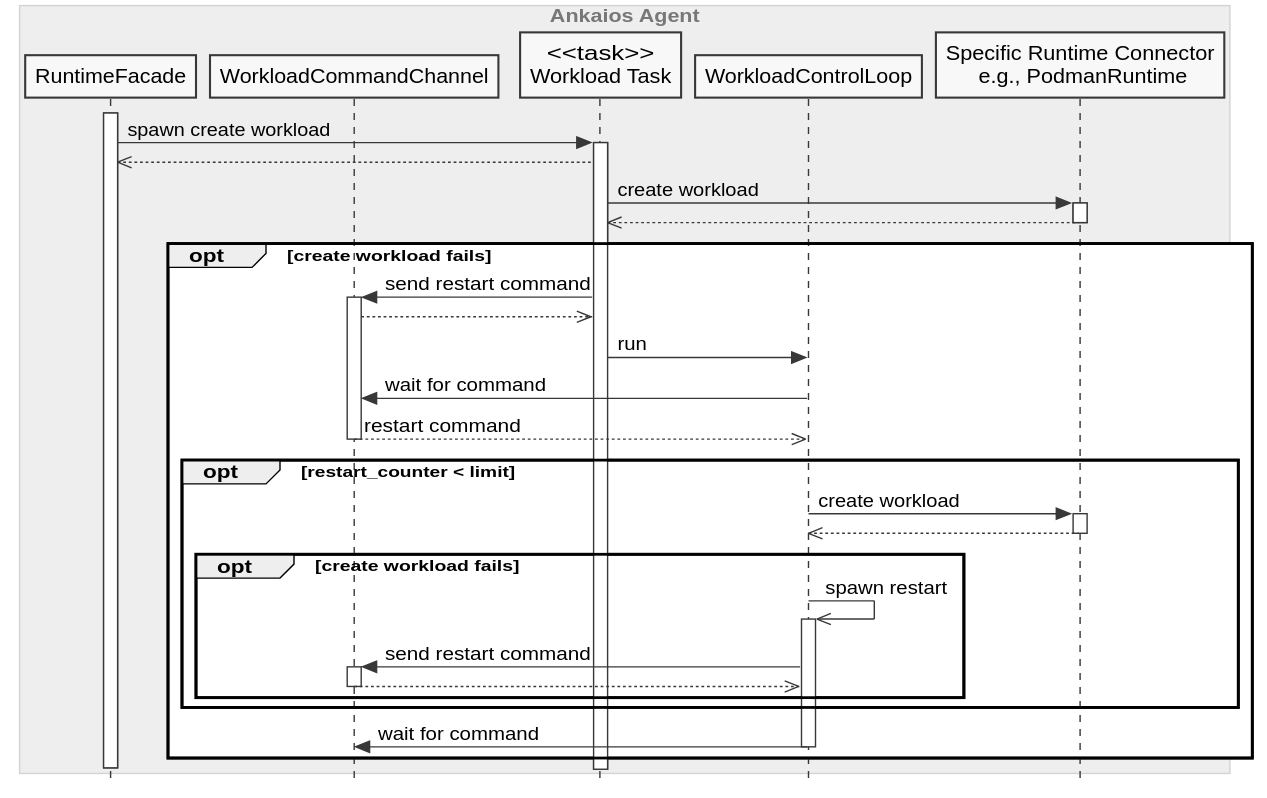
The PlantUML diagram agent/doc/swdesign/plantuml/seq_restart_workload_on_create_failure.svg in eclipse-ankaios/ankaios, before a commit.
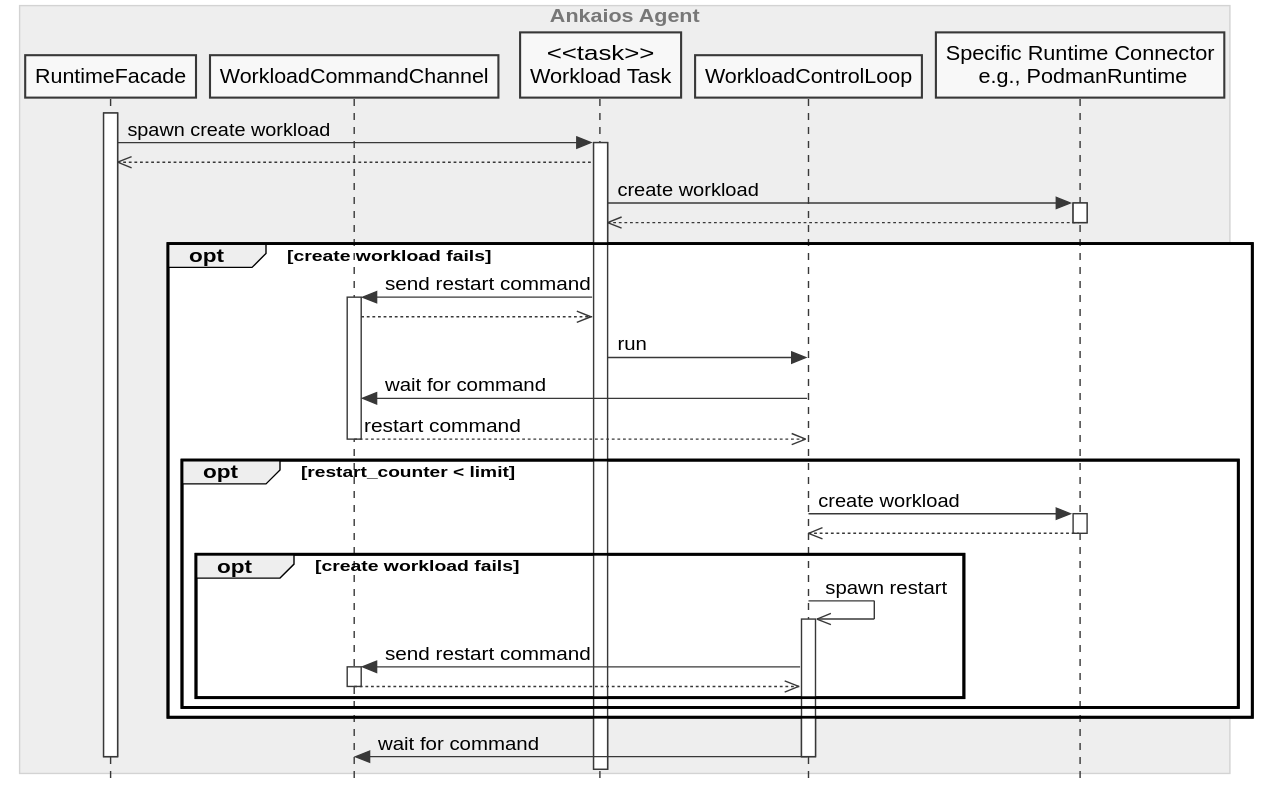
After the change.

Commit message:
Fix restart_workload_on_create_failure sequence diagram

The edit, as a diff of the source:
```diff
@@ -54,7 +54,7 @@
             workload_command -->> workload_control_loop--
         end
     end
-    workload_control_loop -> workload_command --: wait for command
 end
+workload_control_loop -> workload_command --: wait for command
 deactivate runtime_facade
 @enduml
```
